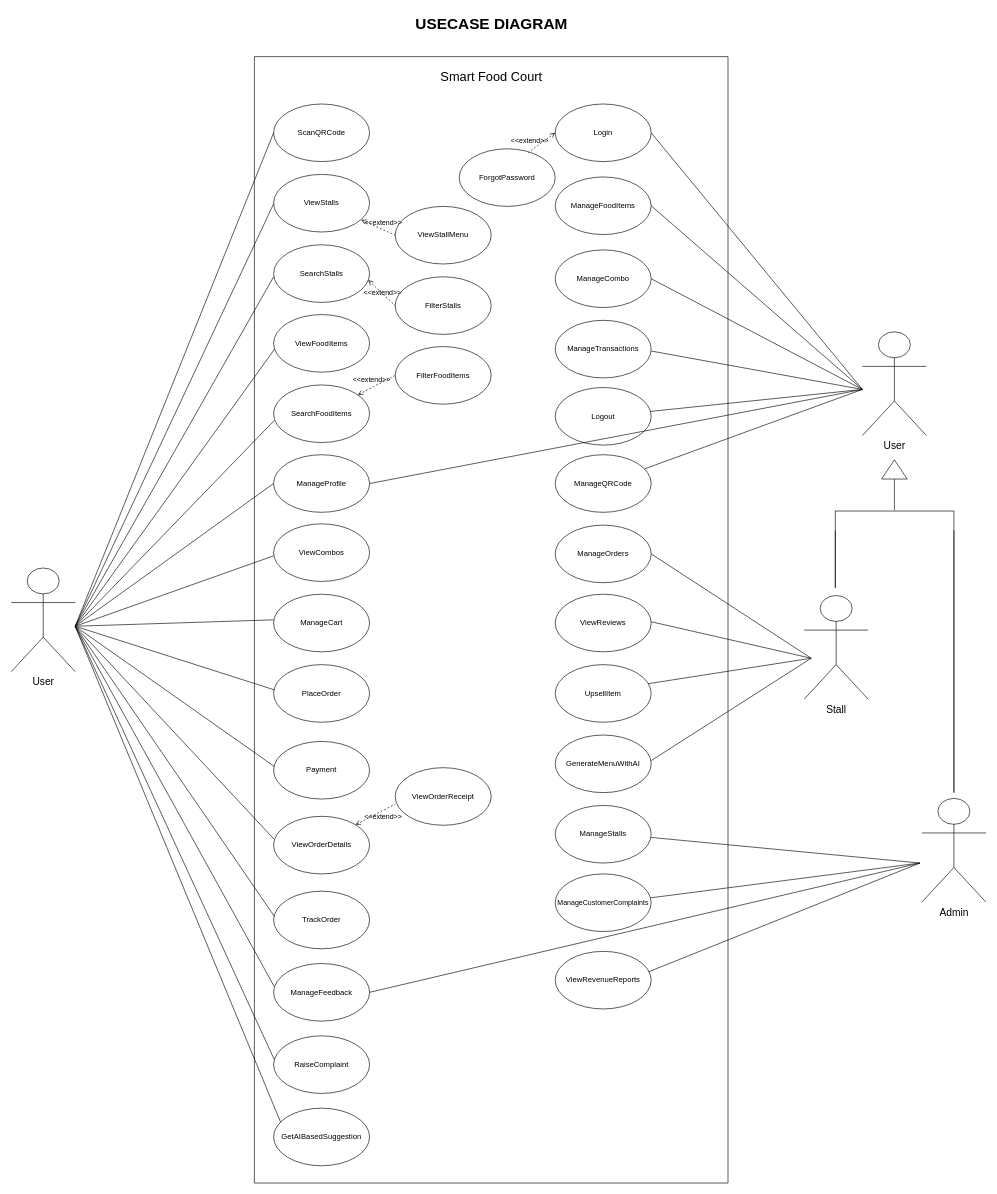
arafatmansuri/SmartFoodCourt-System-Design keeps this draw.io diagram as page "SuggestedDiagram" (4 of 4) of usecase/CombinedUseCase.drawio. Above is the earlier version. Source tidied: cells renumbered, new cells numbered last; positions are measured from the earlier drawing's top-left corner, leaving out a move shared by most shapes. Both pictures are drawn from the tidied source at 64%, with x=0, y=0 at pixel (11, 11).
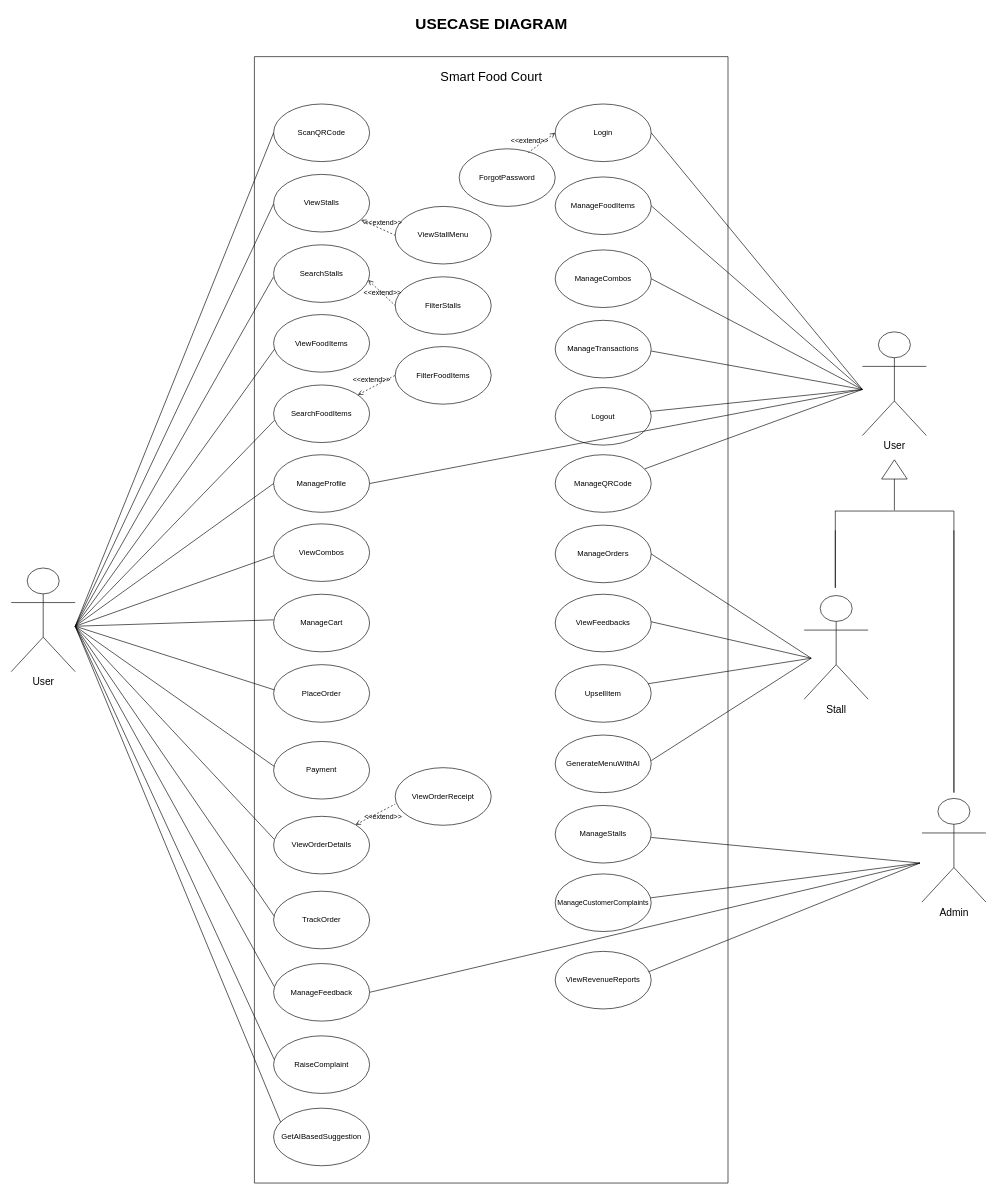
The same diagram, later.

Unchanged cells that the change refers to:
```xml
<mxCell id="2" style="swimlane;startSize=0;labelBackgroundColor=none;" parent="1" vertex="1">
  <mxGeometry x="380" y="71" width="740" height="1760" as="geometry" />
</mxCell>
```

Diff of the diagram source:
```diff
@@
-    <mxCell id="28" value="ManageCombo" style="ellipse;whiteSpace=wrap;html=1;labelBackgroundColor=none;" parent="2" vertex="1">
+    <mxCell id="28" value="ManageCombos" style="ellipse;whiteSpace=wrap;html=1;labelBackgroundColor=none;" parent="2" vertex="1">
       <mxGeometry x="470" y="302" width="150" height="90" as="geometry" />
     </mxCell>
@@
-    <mxCell id="31" value="ViewReviews" style="ellipse;whiteSpace=wrap;html=1;labelBackgroundColor=none;" parent="2" vertex="1">
+    <mxCell id="31" value="ViewFeedbacks" style="ellipse;whiteSpace=wrap;html=1;labelBackgroundColor=none;" parent="2" vertex="1">
       <mxGeometry x="470" y="840" width="150" height="90" as="geometry" />
     </mxCell>
```
